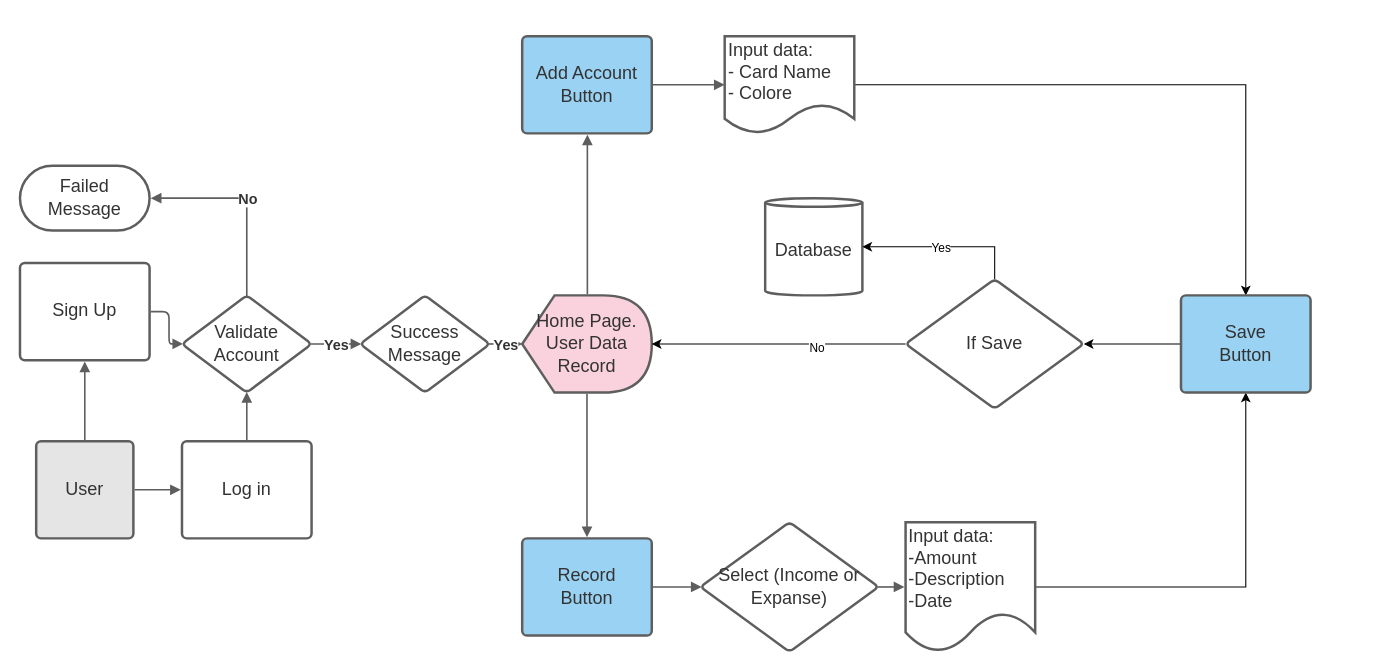
Daveat-Study/Year3 keeps this draw.io diagram as page "Physical DFD" (2 of 2) of CashTrack.drawio. Above is the earlier version. Source tidied: cells renumbered, new cells numbered last; positions are measured from the earlier drawing's top-left corner, leaving out a move shared by most shapes. Both pictures are drawn from the tidied source at 108%, with x=0, y=0 at pixel (19, 36).
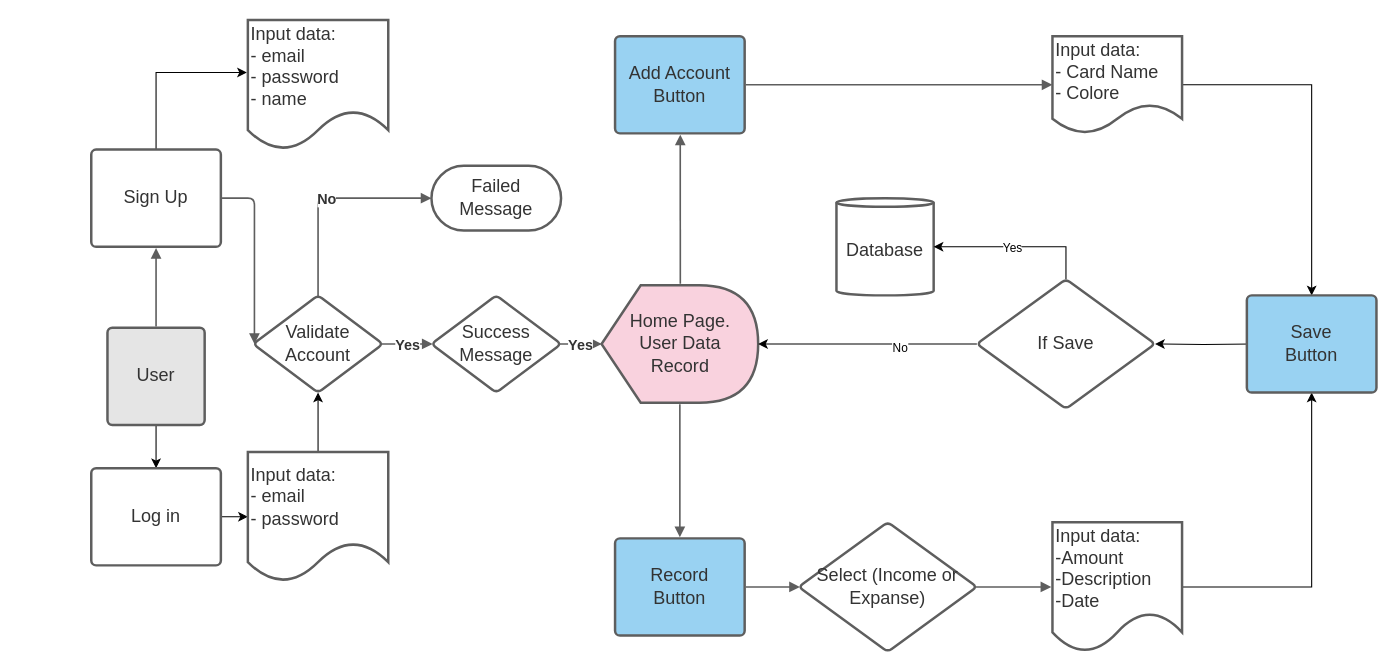
The same diagram, later.

The edit, as a diff of the source:
```diff
@@
+    <mxCell id="5" style="edgeStyle=orthogonalEdgeStyle;rounded=0;jettySize=auto;html=1;entryX=0.5;entryY=0;entryDx=0;entryDy=0;" parent="1" edge="1" source="2" target="4">
+      <mxGeometry relative="1" as="geometry" />
+    </mxCell>
     <mxCell id="2" value="User" style="html=1;overflow=block;blockSpacing=1;whiteSpace=wrap;fontSize=16.7;fontColor=#333333;spacing=3.8;strokeColor=#5e5e5e;strokeOpacity=100;fillOpacity=100;rounded=1;absoluteArcSize=1;arcSize=9;fillColor=#e5e5e5;strokeWidth=2.3;" parent="1" vertex="1">
-      <mxGeometry x="15" y="375" width="90" height="90" as="geometry" />
+      <mxGeometry x="81" y="270" width="90" height="90" as="geometry" />
     </mxCell>
+    <mxCell id="40" style="edgeStyle=orthogonalEdgeStyle;rounded=0;jettySize=auto;html=1;entryX=-0.007;entryY=0.405;entryDx=0;entryDy=0;entryPerimeter=0;" parent="1" edge="1" source="3" target="42">
+      <mxGeometry relative="1" as="geometry">
+        <Array as="points">
+          <mxPoint x="126" y="34" />
+        </Array>
+      </mxGeometry>
+    </mxCell>
     <mxCell id="3" value="Sign Up" style="html=1;overflow=block;blockSpacing=1;whiteSpace=wrap;fontSize=16.7;fontColor=#333333;spacing=9;strokeColor=#5e5e5e;strokeOpacity=100;rounded=1;absoluteArcSize=1;arcSize=9;strokeWidth=2.3;" parent="1" vertex="1">
-      <mxGeometry y="210" width="120" height="90" as="geometry" />
+      <mxGeometry x="66" y="105" width="120" height="90" as="geometry" />
     </mxCell>
+    <mxCell id="41" style="edgeStyle=orthogonalEdgeStyle;rounded=0;jettySize=auto;html=1;entryX=0;entryY=0.5;entryDx=0;entryDy=0;" parent="1" edge="1" source="4" target="44">
+      <mxGeometry relative="1" as="geometry" />
+    </mxCell>
     <mxCell id="4" value="Log in" style="html=1;overflow=block;blockSpacing=1;whiteSpace=wrap;fontSize=16.7;fontColor=#333333;spacing=9;strokeColor=#5e5e5e;strokeOpacity=100;rounded=1;absoluteArcSize=1;arcSize=9;strokeWidth=2.3;" parent="1" vertex="1">
-      <mxGeometry x="150" y="375" width="120" height="90" as="geometry" />
+      <mxGeometry x="66" y="400" width="120" height="90" as="geometry" />
     </mxCell>
-    <mxCell id="5" style="html=1;jettySize=18;whiteSpace=wrap;fontSize=13;strokeColor=#5E5E5E;strokeWidth=1.5;rounded=1;arcSize=12;edgeStyle=orthogonalEdgeStyle;startArrow=none;endArrow=block;endFill=1;exitX=1.013;exitY=0.5;exitPerimeter=0;entryX=-0.009;entryY=0.5;entryPerimeter=0;" parent="1" edge="1" source="2" target="4">
-      <mxGeometry relative="1" as="geometry" />
-    </mxCell>
     <mxCell id="6" value="Success&#10;Message" style="html=1;overflow=block;blockSpacing=1;whiteSpace=wrap;rhombus;fontSize=16.7;fontColor=#333333;spacing=3.8;strokeColor=#5e5e5e;strokeOpacity=100;rounded=1;absoluteArcSize=1;arcSize=9;strokeWidth=2.3;" parent="1" vertex="1">
-      <mxGeometry x="315" y="240" width="120" height="90" as="geometry" />
+      <mxGeometry x="381" y="240" width="120" height="90" as="geometry" />
     </mxCell>
@@
     <mxCell id="8" value="Record Button" style="html=1;overflow=block;blockSpacing=1;whiteSpace=wrap;fontSize=16.7;fontColor=#333333;spacing=9;strokeColor=#5e5e5e;strokeOpacity=100;fillOpacity=100;rounded=1;absoluteArcSize=1;arcSize=9;fillColor=#99d2f2;strokeWidth=2.3;" parent="1" vertex="1">
-      <mxGeometry x="465" y="465" width="120" height="90" as="geometry" />
+      <mxGeometry x="551" y="465" width="120" height="90" as="geometry" />
     </mxCell>
     <mxCell id="9" value="Select (Income or Expanse)" style="html=1;overflow=block;blockSpacing=1;whiteSpace=wrap;rhombus;fontSize=16.7;fontColor=#333333;spacing=3.8;strokeColor=#5e5e5e;strokeOpacity=100;rounded=1;absoluteArcSize=1;arcSize=9;strokeWidth=2.3;" parent="1" vertex="1">
-      <mxGeometry x="630" y="450" width="165" height="120" as="geometry" />
+      <mxGeometry x="721" y="450" width="165" height="120" as="geometry" />
     </mxCell>
@@
     <mxCell id="12" value="Input data:&#10;-Amount&#10;-Description&#10;-Date" style="html=1;overflow=block;blockSpacing=1;whiteSpace=wrap;shape=document;boundedLbl=1;fontSize=16.7;fontColor=#333333;align=left;spacing=3.8;verticalAlign=middle;strokeColor=#5e5e5e;strokeOpacity=100;rounded=1;absoluteArcSize=1;arcSize=9;strokeWidth=2.3;" parent="1" vertex="1">
-      <mxGeometry x="820" y="450" width="120" height="120" as="geometry" />
+      <mxGeometry x="956" y="450" width="120" height="120" as="geometry" />
     </mxCell>
@@
     <mxCell id="14" value="Database" style="html=1;overflow=block;blockSpacing=1;whiteSpace=wrap;shape=cylinder3;size=4;anchorPointDirection=0;boundedLbl=1;fontSize=16.7;fontColor=#333333;spacing=3.8;strokeColor=#5e5e5e;strokeOpacity=100;rounded=1;absoluteArcSize=1;arcSize=9;strokeWidth=2.3;" parent="1" vertex="1">
-      <mxGeometry x="690" y="150" width="90" height="90" as="geometry" />
+      <mxGeometry x="756" y="150" width="90" height="90" as="geometry" />
     </mxCell>
@@
     <mxCell id="16" value="Validate&#10;Account" style="html=1;overflow=block;blockSpacing=1;whiteSpace=wrap;rhombus;fontSize=16.7;fontColor=#333333;spacing=3.8;strokeColor=#5e5e5e;strokeOpacity=100;rounded=1;absoluteArcSize=1;arcSize=9;strokeWidth=2.3;" parent="1" vertex="1">
-      <mxGeometry x="150" y="240" width="120" height="90" as="geometry" />
+      <mxGeometry x="216" y="240" width="120" height="90" as="geometry" />
     </mxCell>
@@
-    <mxCell id="18" style="html=1;jettySize=18;whiteSpace=wrap;fontSize=13;strokeColor=#5E5E5E;strokeWidth=1.5;rounded=1;arcSize=12;edgeStyle=orthogonalEdgeStyle;startArrow=none;endArrow=block;endFill=1;exitX=0.5;exitY=-0.012;exitPerimeter=0;entryX=0.5;entryY=0.994;entryPerimeter=0;" parent="1" edge="1" source="4" target="16">
-      <mxGeometry relative="1" as="geometry" />
-    </mxCell>
     <mxCell id="19" value="Failed Message" style="html=1;overflow=block;blockSpacing=1;whiteSpace=wrap;rounded=1;arcSize=50;fontSize=16.7;fontColor=#333333;spacing=3.8;strokeColor=#5e5e5e;strokeOpacity=100;strokeWidth=2.3;" parent="1" vertex="1">
-      <mxGeometry y="120" width="120" height="60" as="geometry" />
+      <mxGeometry x="381" y="120" width="120" height="60" as="geometry" />
     </mxCell>
@@
-    <mxCell id="22" style="html=1;jettySize=18;whiteSpace=wrap;fontSize=13.3;fontColor=#333333;fontStyle=1;strokeColor=#5E5E5E;strokeWidth=1.5;rounded=1;arcSize=12;edgeStyle=orthogonalEdgeStyle;startArrow=none;endArrow=block;endFill=1;exitX=0.5;exitY=0.006;exitPerimeter=0;entryX=1.009;entryY=0.5;entryPerimeter=0;" parent="1" edge="1" source="16" target="19">
+    <mxCell id="22" style="html=1;jettySize=18;whiteSpace=wrap;fontSize=13.3;fontColor=#333333;fontStyle=1;strokeColor=#5E5E5E;strokeWidth=1.5;rounded=1;arcSize=12;edgeStyle=orthogonalEdgeStyle;startArrow=none;endArrow=block;endFill=1;exitX=0.5;exitY=0.006;exitPerimeter=0;entryX=0;entryY=0.5;entryDx=0;entryDy=0;" parent="1" edge="1" source="16" target="19">
       <mxGeometry relative="1" as="geometry">
         <Array as="points">
-          <mxPoint x="210" y="150" />
+          <mxPoint x="276" y="150" />
         </Array>
       </mxGeometry>
     </mxCell>
@@
     <mxCell id="26" value="Home Page.&#10;User Data&#10;Record" style="html=1;overflow=block;blockSpacing=1;whiteSpace=wrap;shape=display;fontSize=16.7;fontColor=#333333;spacing=3.8;strokeColor=#5e5e5e;strokeOpacity=100;fillOpacity=100;rounded=1;absoluteArcSize=1;arcSize=9;fillColor=#f9d2de;strokeWidth=2.3;" parent="1" vertex="1">
-      <mxGeometry x="465" y="240" width="120" height="90" as="geometry" />
+      <mxGeometry x="538.5" y="230.6" width="145" height="108.8" as="geometry" />
     </mxCell>
     <mxCell id="27" value="Add Account&#10;Button" style="html=1;overflow=block;blockSpacing=1;whiteSpace=wrap;fontSize=16.7;fontColor=#333333;spacing=9;strokeColor=#5e5e5e;strokeOpacity=100;fillOpacity=100;rounded=1;absoluteArcSize=1;arcSize=9;fillColor=#99d2f2;strokeWidth=2.3;" parent="1" vertex="1">
-      <mxGeometry x="465" width="120" height="90" as="geometry" />
+      <mxGeometry x="551" width="120" height="90" as="geometry" />
     </mxCell>
@@
     <mxCell id="32" value="Input data:&#10;- Card Name&#10;- Colore" style="html=1;overflow=block;blockSpacing=1;whiteSpace=wrap;shape=document;boundedLbl=1;fontSize=16.7;fontColor=#333333;align=left;spacing=3.8;verticalAlign=middle;strokeColor=#5e5e5e;strokeOpacity=100;rounded=1;absoluteArcSize=1;arcSize=9;strokeWidth=2.3;" parent="1" vertex="1">
-      <mxGeometry x="652.5" width="120" height="90" as="geometry" />
+      <mxGeometry x="956" width="120" height="90" as="geometry" />
     </mxCell>
@@
     <mxCell id="37" value="If Save" style="html=1;overflow=block;blockSpacing=1;whiteSpace=wrap;rhombus;fontSize=16.7;fontColor=#333333;spacing=3.8;strokeColor=#5e5e5e;strokeOpacity=100;rounded=1;absoluteArcSize=1;arcSize=9;strokeWidth=2.3;" parent="1" vertex="1">
-      <mxGeometry x="820" y="225" width="165" height="120" as="geometry" />
+      <mxGeometry x="886" y="225" width="165" height="120" as="geometry" />
     </mxCell>
-    <mxCell id="38" style="edgeStyle=orthogonalEdgeStyle;rounded=0;jettySize=auto;html=1;" parent="1" edge="1" source="39" target="37">
-      <mxGeometry relative="1" as="geometry" />
+    <mxCell id="38" style="edgeStyle=orthogonalEdgeStyle;rounded=0;jettySize=auto;html=1;entryX=1;entryY=0.5;entryDx=0;entryDy=0;" parent="1" edge="1" target="37">
+      <mxGeometry relative="1" as="geometry">
+        <mxPoint x="1141" y="285" as="sourcePoint" />
+      </mxGeometry>
     </mxCell>
     <mxCell id="39" value="Save &#10;Button" style="html=1;overflow=block;blockSpacing=1;whiteSpace=wrap;fontSize=16.7;fontColor=#333333;spacing=9;strokeColor=#5e5e5e;strokeOpacity=100;fillOpacity=100;rounded=1;absoluteArcSize=1;arcSize=9;fillColor=#99d2f2;strokeWidth=2.3;" parent="1" vertex="1">
-      <mxGeometry x="1075" y="240" width="120" height="90" as="geometry" />
+      <mxGeometry x="1136" y="240" width="120" height="90" as="geometry" />
     </mxCell>
+    <mxCell id="42" value="Input data:&lt;br&gt;- email&lt;br&gt;- password&lt;br&gt;- name" style="html=1;overflow=block;blockSpacing=1;whiteSpace=wrap;shape=document;boundedLbl=1;fontSize=16.7;fontColor=#333333;align=left;spacing=3.8;verticalAlign=middle;strokeColor=#5e5e5e;strokeOpacity=100;rounded=1;absoluteArcSize=1;arcSize=9;strokeWidth=2.3;" parent="1" vertex="1">
+      <mxGeometry x="211" y="-15" width="130" height="120" as="geometry" />
+    </mxCell>
+    <mxCell id="43" style="edgeStyle=orthogonalEdgeStyle;rounded=0;jettySize=auto;html=1;entryX=0.5;entryY=1;entryDx=0;entryDy=0;" parent="1" edge="1" source="44" target="16">
+      <mxGeometry relative="1" as="geometry" />
+    </mxCell>
+    <mxCell id="44" value="Input data:&lt;br&gt;- email&lt;br&gt;- password" style="html=1;overflow=block;blockSpacing=1;whiteSpace=wrap;shape=document;boundedLbl=1;fontSize=16.7;fontColor=#333333;align=left;spacing=3.8;verticalAlign=middle;strokeColor=#5e5e5e;strokeOpacity=100;rounded=1;absoluteArcSize=1;arcSize=9;strokeWidth=2.3;" parent="1" vertex="1">
+      <mxGeometry x="211" y="385" width="130" height="120" as="geometry" />
+    </mxCell>
```
